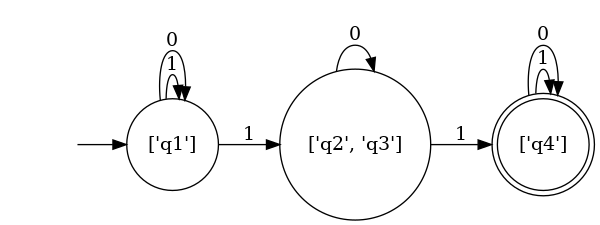
The Graphviz diagram No Epsilon NFA.gv.png in haziqfaiz-mmu/reg-grammar-to-nfa, before a commit. Its source is kept beside it as No Epsilon NFA.gv. The source it was exported from:
```dot
digraph "No Epsilon NFA" {
	graph [rankdir=LR]
	"" [label="" shape=plaintext]
	"['q4']" [label="['q4']" shape=doublecircle]
	"['q2', 'q3']" [label="['q2', 'q3']" shape=circle]
	"['q1']" [label="['q1']" shape=circle]
	"" -> "['q1']" [label=""]
	"['q1']" -> "['q1']" [label=1]
	"['q1']" -> "['q2', 'q3']" [label=1]
	"['q1']" -> "['q1']" [label=0]
	"['q4']" -> "['q4']" [label=1]
	"['q4']" -> "['q4']" [label=0]
	"['q2', 'q3']" -> "['q4']" [label=1]
	"['q2', 'q3']" -> "['q2', 'q3']" [label=0]
}
```
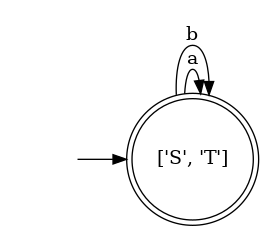
Later version of the same file.

Commit message:
Betulkan remove epsilon

Diff of the diagram source:
```diff
@@ -1,15 +1,8 @@
 digraph "No Epsilon NFA" {
 	graph [rankdir=LR]
 	"" [label="" shape=plaintext]
-	"['q4']" [label="['q4']" shape=doublecircle]
-	"['q2', 'q3']" [label="['q2', 'q3']" shape=circle]
-	"['q1']" [label="['q1']" shape=circle]
-	"" -> "['q1']" [label=""]
-	"['q1']" -> "['q1']" [label=1]
-	"['q1']" -> "['q2', 'q3']" [label=1]
-	"['q1']" -> "['q1']" [label=0]
-	"['q4']" -> "['q4']" [label=1]
-	"['q4']" -> "['q4']" [label=0]
-	"['q2', 'q3']" -> "['q4']" [label=1]
-	"['q2', 'q3']" -> "['q2', 'q3']" [label=0]
+	"['S', 'T']" [label="['S', 'T']" shape=doublecircle]
+	"" -> "['S', 'T']" [label=""]
+	"['S', 'T']" -> "['S', 'T']" [label=a]
+	"['S', 'T']" -> "['S', 'T']" [label=b]
 }
```
